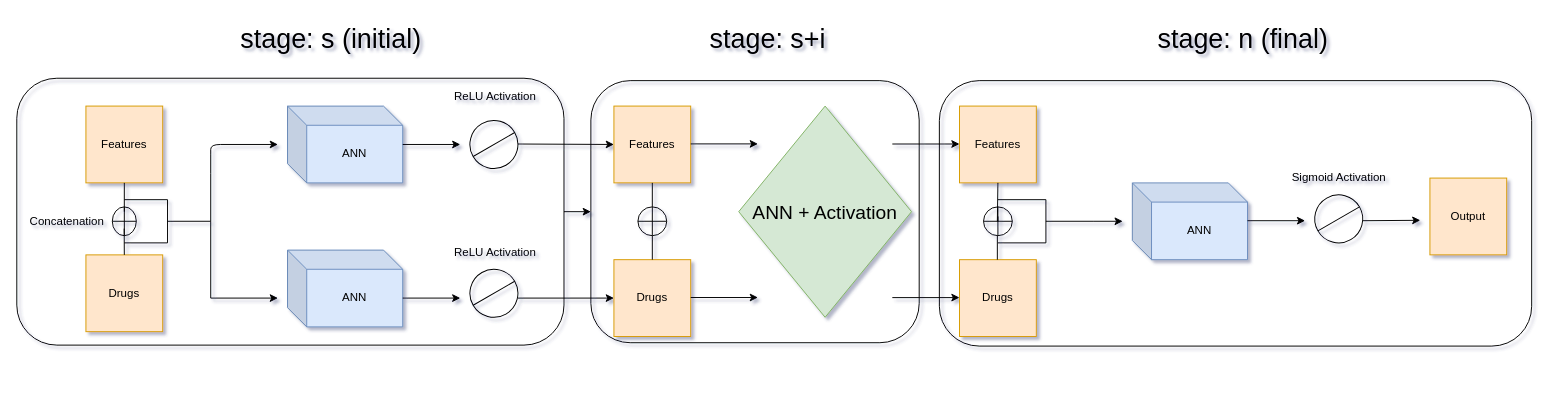
This is page "pipeline" (7 of 9) of mimic3/visualize/visualize.drawio from karen-gishyan/project, a draw.io file, before an edit. Source tidied: cells renumbered, new cells numbered last; positions are measured from the earlier drawing's top-left corner, leaving out a move shared by most shapes. Both pictures are drawn from the tidied source at 96%, with x=0, y=0 at pixel (16, 19).
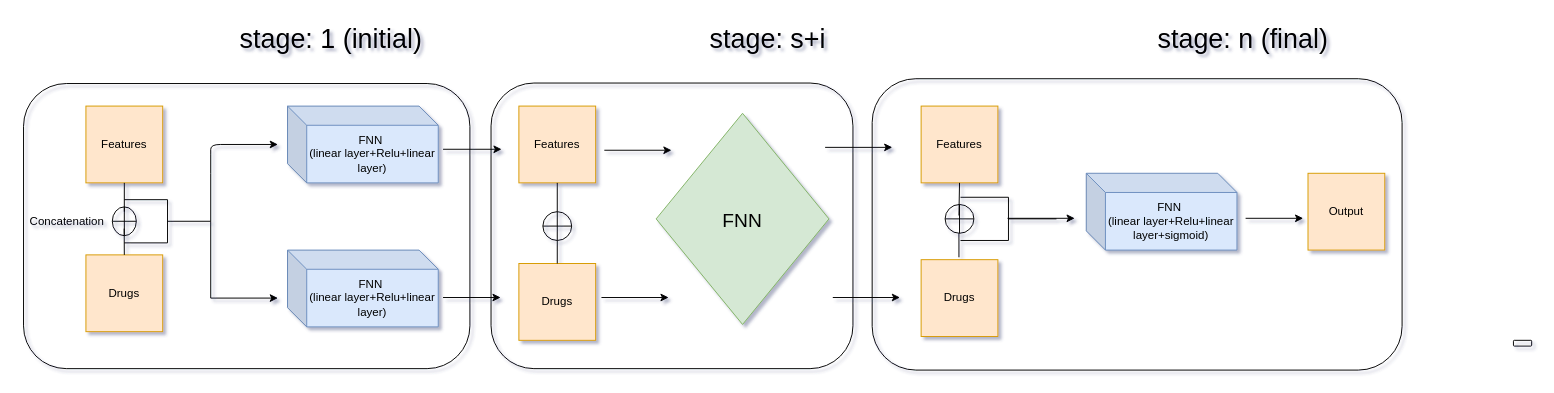
Above is the later version.

Change to the diagram source:
```diff
@@
-    <mxCell id="8" value="ANN" style="shape=cube;whiteSpace=wrap;html=1;boundedLbl=1;backgroundOutline=1;darkOpacity=0.05;darkOpacity2=0.1;fillColor=#dae8fc;strokeColor=#6c8ebf;" parent="1" vertex="1">
-      <mxGeometry x="282" y="90" width="120" height="80" as="geometry" />
+    <mxCell id="8" value="FNN&amp;nbsp;&lt;br&gt;(linear layer+Relu+linear layer)" style="shape=cube;whiteSpace=wrap;html=1;boundedLbl=1;backgroundOutline=1;darkOpacity=0.05;darkOpacity2=0.1;fillColor=#dae8fc;strokeColor=#6c8ebf;" parent="1" vertex="1">
+      <mxGeometry x="282" y="90" width="157" height="80" as="geometry" />
     </mxCell>
-    <mxCell id="9" value="ANN" style="shape=cube;whiteSpace=wrap;html=1;boundedLbl=1;backgroundOutline=1;darkOpacity=0.05;darkOpacity2=0.1;fillColor=#dae8fc;strokeColor=#6c8ebf;" parent="1" vertex="1">
-      <mxGeometry x="282" y="240" width="120" height="80" as="geometry" />
-    </mxCell>
     <mxCell id="10" style="endArrow=classic;html=1;" parent="1" edge="1">
       <mxGeometry relative="1" as="geometry">
-        <mxPoint x="402" y="130" as="sourcePoint" />
-        <mxPoint x="462" y="130" as="targetPoint" />
+        <mxPoint x="444" y="135" as="sourcePoint" />
+        <mxPoint x="505" y="135" as="targetPoint" />
       </mxGeometry>
     </mxCell>
@@
-    <mxCell id="15" style="shape=lineEllipse;perimeter=ellipsePerimeter;whiteSpace=wrap;html=1;backgroundOutline=1;shadow=0;strokeWidth=1;fillColor=none;rotation=-210;" parent="1" vertex="1">
-      <mxGeometry x="472" y="105" width="50" height="50" as="geometry" />
-    </mxCell>
     <mxCell id="16" style="endArrow=classic;html=1;" parent="1" edge="1">
       <mxGeometry relative="1" as="geometry">
-        <mxPoint x="402" y="290" as="sourcePoint" />
-        <mxPoint x="462" y="290" as="targetPoint" />
+        <mxPoint x="444" y="289.4" as="sourcePoint" />
+        <mxPoint x="504" y="289.4" as="targetPoint" />
       </mxGeometry>
     </mxCell>
-    <mxCell id="17" style="shape=lineEllipse;perimeter=ellipsePerimeter;whiteSpace=wrap;html=1;backgroundOutline=1;shadow=0;strokeWidth=1;fillColor=none;rotation=-210;" parent="1" vertex="1">
-      <mxGeometry x="472" y="260" width="50" height="50" as="geometry" />
-    </mxCell>
-    <mxCell id="18" value="ReLU Activation" style="text;html=1;align=center;verticalAlign=middle;fillColor=none;strokeColor=none;rounded=0;shadow=0;" parent="1" vertex="1">
-      <mxGeometry x="450" y="71" width="95" height="18" as="geometry" />
-    </mxCell>
-    <mxCell id="19" value="ReLU Activation" style="text;html=1;align=center;verticalAlign=middle;fillColor=none;strokeColor=none;rounded=0;shadow=0;" parent="1" vertex="1">
-      <mxGeometry x="450" y="233.5" width="95" height="18" as="geometry" />
-    </mxCell>
-    <mxCell id="20" style="endArrow=classic;html=1;entryX=0;entryY=0.5;entryDx=0;entryDy=0;" parent="1" edge="1" target="21">
-      <mxGeometry relative="1" as="geometry">
-        <mxPoint x="522" y="129.5" as="sourcePoint" />
-      </mxGeometry>
-    </mxCell>
     <mxCell id="21" value="Features" style="whiteSpace=wrap;html=1;fillColor=#ffe6cc;strokeColor=#d79b00;" parent="1" vertex="1">
-      <mxGeometry x="622" y="90" width="80" height="80" as="geometry" />
+      <mxGeometry x="523" y="90" width="80" height="80" as="geometry" />
     </mxCell>
     <mxCell id="22" value="Drugs" style="whiteSpace=wrap;html=1;fillColor=#ffe6cc;strokeColor=#d79b00;" parent="1" vertex="1">
-      <mxGeometry x="622" y="250" width="80" height="80" as="geometry" />
+      <mxGeometry x="523" y="254" width="80" height="80" as="geometry" />
     </mxCell>
-    <mxCell id="23" style="endArrow=classic;html=1;entryX=0;entryY=0.5;entryDx=0;entryDy=0;" parent="1" edge="1" target="22">
-      <mxGeometry relative="1" as="geometry">
-        <mxPoint x="522" y="290" as="sourcePoint" />
-      </mxGeometry>
-    </mxCell>
-    <mxCell id="24" value="stage: s (initial)" style="text;html=1;align=center;verticalAlign=middle;fillColor=none;strokeColor=none;rounded=0;shadow=0;fontSize=28;" parent="1" vertex="1">
-      <mxGeometry x="227" width="200" height="40" as="geometry" />
+    <mxCell id="24" value="stage: 1 (initial)" style="text;html=1;align=center;verticalAlign=middle;fillColor=none;strokeColor=none;rounded=0;shadow=0;fontSize=28;" parent="1" vertex="1">
+      <mxGeometry x="223" y="-3" width="208" height="46" as="geometry" />
     </mxCell>
@@
-    <mxCell id="26" value="ANN" style="shape=cube;whiteSpace=wrap;html=1;boundedLbl=1;backgroundOutline=1;darkOpacity=0.05;darkOpacity2=0.1;fillColor=#dae8fc;strokeColor=#6c8ebf;" parent="1" vertex="1">
-      <mxGeometry x="1162" y="170" width="120" height="80" as="geometry" />
+    <mxCell id="26" value="FNN&amp;nbsp;&lt;br style=&quot;border-color: var(--border-color);&quot;&gt;(linear layer+Relu+linear layer+sigmoid)" style="shape=cube;whiteSpace=wrap;html=1;boundedLbl=1;backgroundOutline=1;darkOpacity=0.05;darkOpacity2=0.1;fillColor=#dae8fc;strokeColor=#6c8ebf;" parent="1" vertex="1">
+      <mxGeometry x="1114" y="160" width="157" height="80" as="geometry" />
     </mxCell>
     <mxCell id="27" style="endArrow=classic;html=1;" parent="1" edge="1">
       <mxGeometry relative="1" as="geometry">
-        <mxPoint x="1282" y="209.4" as="sourcePoint" />
-        <mxPoint x="1342" y="209.4" as="targetPoint" />
+        <mxPoint x="1280" y="206.9" as="sourcePoint" />
+        <mxPoint x="1340" y="206.9" as="targetPoint" />
       </mxGeometry>
     </mxCell>
-    <mxCell id="28" style="shape=lineEllipse;perimeter=ellipsePerimeter;whiteSpace=wrap;html=1;backgroundOutline=1;shadow=0;strokeWidth=1;fillColor=none;rotation=-210;" parent="1" vertex="1">
-      <mxGeometry x="1352" y="182.5" width="50" height="50" as="geometry" />
-    </mxCell>
-    <mxCell id="29" value="Sigmoid Activation" style="text;html=1;align=center;verticalAlign=middle;fillColor=none;strokeColor=none;rounded=0;shadow=0;" parent="1" vertex="1">
-      <mxGeometry x="1323" y="156" width="108" height="18" as="geometry" />
-    </mxCell>
-    <mxCell id="30" style="endArrow=classic;html=1;" parent="1" edge="1">
-      <mxGeometry relative="1" as="geometry">
-        <mxPoint x="1402" y="209.4" as="sourcePoint" />
-        <mxPoint x="1462" y="209" as="targetPoint" />
-      </mxGeometry>
-    </mxCell>
     <mxCell id="31" style="shape=orEllipse;perimeter=ellipsePerimeter;whiteSpace=wrap;html=1;backgroundOutline=1;shadow=0;fontSize=28;strokeWidth=1;fillColor=none;" parent="1" vertex="1">
-      <mxGeometry x="647" y="195" width="30" height="30" as="geometry" />
+      <mxGeometry x="548" y="200" width="30" height="30" as="geometry" />
     </mxCell>
@@
     <mxCell id="33" value="Features" style="whiteSpace=wrap;html=1;fillColor=#ffe6cc;strokeColor=#d79b00;" parent="1" vertex="1">
-      <mxGeometry x="982" y="90" width="80" height="80" as="geometry" />
+      <mxGeometry x="942" y="90" width="80" height="80" as="geometry" />
     </mxCell>
     <mxCell id="34" value="Drugs" style="whiteSpace=wrap;html=1;fillColor=#ffe6cc;strokeColor=#d79b00;" parent="1" vertex="1">
-      <mxGeometry x="982" y="250" width="80" height="80" as="geometry" />
+      <mxGeometry x="942" y="250" width="80" height="80" as="geometry" />
     </mxCell>
     <mxCell id="35" style="endArrow=classic;html=1;entryX=0;entryY=0.5;entryDx=0;entryDy=0;" parent="1" edge="1">
       <mxGeometry relative="1" as="geometry">
-        <mxPoint x="912" y="129.5" as="sourcePoint" />
-        <mxPoint x="982" y="129.5" as="targetPoint" />
+        <mxPoint x="842" y="133" as="sourcePoint" />
+        <mxPoint x="912" y="133" as="targetPoint" />
       </mxGeometry>
     </mxCell>
     <mxCell id="36" style="endArrow=classic;html=1;entryX=0;entryY=0.5;entryDx=0;entryDy=0;" parent="1" edge="1">
       <mxGeometry relative="1" as="geometry">
-        <mxPoint x="912" y="289.5" as="sourcePoint" />
-        <mxPoint x="982" y="289.5" as="targetPoint" />
+        <mxPoint x="850" y="289.4" as="sourcePoint" />
+        <mxPoint x="920" y="289.4" as="targetPoint" />
       </mxGeometry>
     </mxCell>
     <mxCell id="37" style="endArrow=classic;html=1;entryX=0;entryY=0.5;entryDx=0;entryDy=0;" parent="1" edge="1">
       <mxGeometry relative="1" as="geometry">
-        <mxPoint x="702" y="129.4" as="sourcePoint" />
-        <mxPoint x="772" y="129.4" as="targetPoint" />
+        <mxPoint x="612" y="136" as="sourcePoint" />
+        <mxPoint x="682" y="136" as="targetPoint" />
       </mxGeometry>
     </mxCell>
     <mxCell id="38" style="endArrow=classic;html=1;entryX=0;entryY=0.5;entryDx=0;entryDy=0;" parent="1" edge="1">
       <mxGeometry relative="1" as="geometry">
-        <mxPoint x="702" y="289.4" as="sourcePoint" />
-        <mxPoint x="772" y="289.4" as="targetPoint" />
+        <mxPoint x="609" y="289.4" as="sourcePoint" />
+        <mxPoint x="679" y="289.4" as="targetPoint" />
       </mxGeometry>
     </mxCell>
-    <mxCell id="39" value="&lt;font style=&quot;font-size: 20px&quot;&gt;ANN + Activation&lt;/font&gt;" style="rhombus;whiteSpace=wrap;html=1;fillColor=#d5e8d4;strokeColor=#82b366;" parent="1" vertex="1">
-      <mxGeometry x="752" y="90" width="180" height="220" as="geometry" />
+    <mxCell id="39" value="&lt;font style=&quot;font-size: 20px&quot;&gt;FNN&lt;/font&gt;" style="rhombus;whiteSpace=wrap;html=1;fillColor=#d5e8d4;strokeColor=#82b366;" parent="1" vertex="1">
+      <mxGeometry x="666" y="97.5" width="180" height="220" as="geometry" />
     </mxCell>
-    <mxCell id="40" style="endArrow=none;html=1;fontSize=28;entryX=0.5;entryY=1;entryDx=0;entryDy=0;exitX=0.5;exitY=0;exitDx=0;exitDy=0;startArrow=none;" parent="1" edge="1" target="33">
-      <mxGeometry relative="1" as="geometry">
-        <mxPoint x="1021.4" y="210" as="sourcePoint" />
-      </mxGeometry>
-    </mxCell>
     <mxCell id="41" style="shape=orEllipse;perimeter=ellipsePerimeter;whiteSpace=wrap;html=1;backgroundOutline=1;shadow=0;fontSize=28;strokeWidth=1;fillColor=none;" parent="1" vertex="1">
-      <mxGeometry x="1007" y="195" width="30" height="30" as="geometry" />
+      <mxGeometry x="967" y="192.5" width="30" height="30" as="geometry" />
     </mxCell>
-    <mxCell id="42" style="endArrow=none;html=1;fontSize=28;entryX=0.5;entryY=1;entryDx=0;entryDy=0;" parent="1" edge="1">
-      <mxGeometry relative="1" as="geometry">
-        <mxPoint x="1022" y="210" as="sourcePoint" />
-        <mxPoint x="1022" y="205" as="targetPoint" />
-      </mxGeometry>
-    </mxCell>
     <mxCell id="43" style="endArrow=none;html=1;fontSize=28;entryX=0.5;entryY=1;entryDx=0;entryDy=0;exitX=0.5;exitY=0;exitDx=0;exitDy=0;" parent="1" edge="1">
       <mxGeometry relative="1" as="geometry">
-        <mxPoint x="1021.4" y="250" as="sourcePoint" />
-        <mxPoint x="1021.4" y="225" as="targetPoint" />
+        <mxPoint x="981.4" y="247.5" as="sourcePoint" />
+        <mxPoint x="981.4" y="222.5" as="targetPoint" />
       </mxGeometry>
     </mxCell>
     <mxCell id="44" style="strokeWidth=1;html=1;shape=mxgraph.flowchart.annotation_2;align=left;labelPosition=right;shadow=0;fillColor=none;rotation=-180;" parent="1" vertex="1">
-      <mxGeometry x="1022" y="187.5" width="100" height="45" as="geometry" />
+      <mxGeometry x="983" y="185" width="100" height="45" as="geometry" />
     </mxCell>
-    <mxCell id="45" style="endArrow=classic;html=1;fontSize=20;" parent="1" edge="1">
-      <mxGeometry relative="1" as="geometry">
-        <mxPoint x="1122" y="210" as="sourcePoint" />
-        <mxPoint x="1152" y="210" as="targetPoint" />
-      </mxGeometry>
-    </mxCell>
     <mxCell id="46" value="Output" style="whiteSpace=wrap;html=1;fillColor=#ffe6cc;strokeColor=#d79b00;" parent="1" vertex="1">
-      <mxGeometry x="1472" y="165" width="80" height="80" as="geometry" />
+      <mxGeometry x="1345" y="160" width="80" height="80" as="geometry" />
     </mxCell>
-    <mxCell id="47" style="edgeStyle=none;html=1;" parent="1" edge="1" source="48" target="50">
-      <mxGeometry relative="1" as="geometry" />
-    </mxCell>
-    <mxCell id="48" style="rounded=1;whiteSpace=wrap;html=1;fontSize=20;fillColor=none;" parent="1" vertex="1">
-      <mxGeometry y="61" width="570" height="278" as="geometry" />
-    </mxCell>
@@
-    <mxCell id="50" style="rounded=1;whiteSpace=wrap;html=1;fontSize=20;fillColor=none;" parent="1" vertex="1">
-      <mxGeometry x="598" y="63.5" width="342" height="273" as="geometry" />
-    </mxCell>
@@
     <mxCell id="52" style="rounded=1;whiteSpace=wrap;html=1;fontSize=20;fillColor=none;" parent="1" vertex="1">
-      <mxGeometry x="961" y="63.5" width="617" height="276.5" as="geometry" />
+      <mxGeometry x="1559" y="334" width="19" height="6" as="geometry" />
     </mxCell>
+    <mxCell id="53" value="FNN&amp;nbsp;&lt;br&gt;(linear layer+Relu+linear layer)" style="shape=cube;whiteSpace=wrap;html=1;boundedLbl=1;backgroundOutline=1;darkOpacity=0.05;darkOpacity2=0.1;fillColor=#dae8fc;strokeColor=#6c8ebf;" parent="1" vertex="1">
+      <mxGeometry x="282" y="240" width="157" height="80" as="geometry" />
+    </mxCell>
+    <mxCell id="54" style="endArrow=none;html=1;fontSize=28;entryX=0.5;entryY=1;entryDx=0;entryDy=0;exitX=0.5;exitY=0;exitDx=0;exitDy=0;startArrow=none;" parent="1" edge="1" target="33">
+      <mxGeometry relative="1" as="geometry">
+        <mxPoint x="981.4" y="204" as="sourcePoint" />
+      </mxGeometry>
+    </mxCell>
+    <mxCell id="55" style="endArrow=classic;html=1;entryX=0;entryY=0.5;entryDx=0;entryDy=0;" parent="1" edge="1">
+      <mxGeometry relative="1" as="geometry">
+        <mxPoint x="1032" y="206.9" as="sourcePoint" />
+        <mxPoint x="1102" y="206.9" as="targetPoint" />
+      </mxGeometry>
+    </mxCell>
+    <mxCell id="56" style="rounded=1;whiteSpace=wrap;html=1;labelBackgroundColor=none;fillColor=none;" parent="1" vertex="1">
+      <mxGeometry x="7" y="66.5" width="465" height="297" as="geometry" />
+    </mxCell>
+    <mxCell id="57" style="rounded=1;whiteSpace=wrap;html=1;labelBackgroundColor=none;fillColor=none;" parent="1" vertex="1">
+      <mxGeometry x="494" y="66" width="377" height="297.5" as="geometry" />
+    </mxCell>
+    <mxCell id="58" style="rounded=1;whiteSpace=wrap;html=1;labelBackgroundColor=none;fillColor=none;" parent="1" vertex="1">
+      <mxGeometry x="891" y="61.5" width="552" height="303.5" as="geometry" />
+    </mxCell>
```
